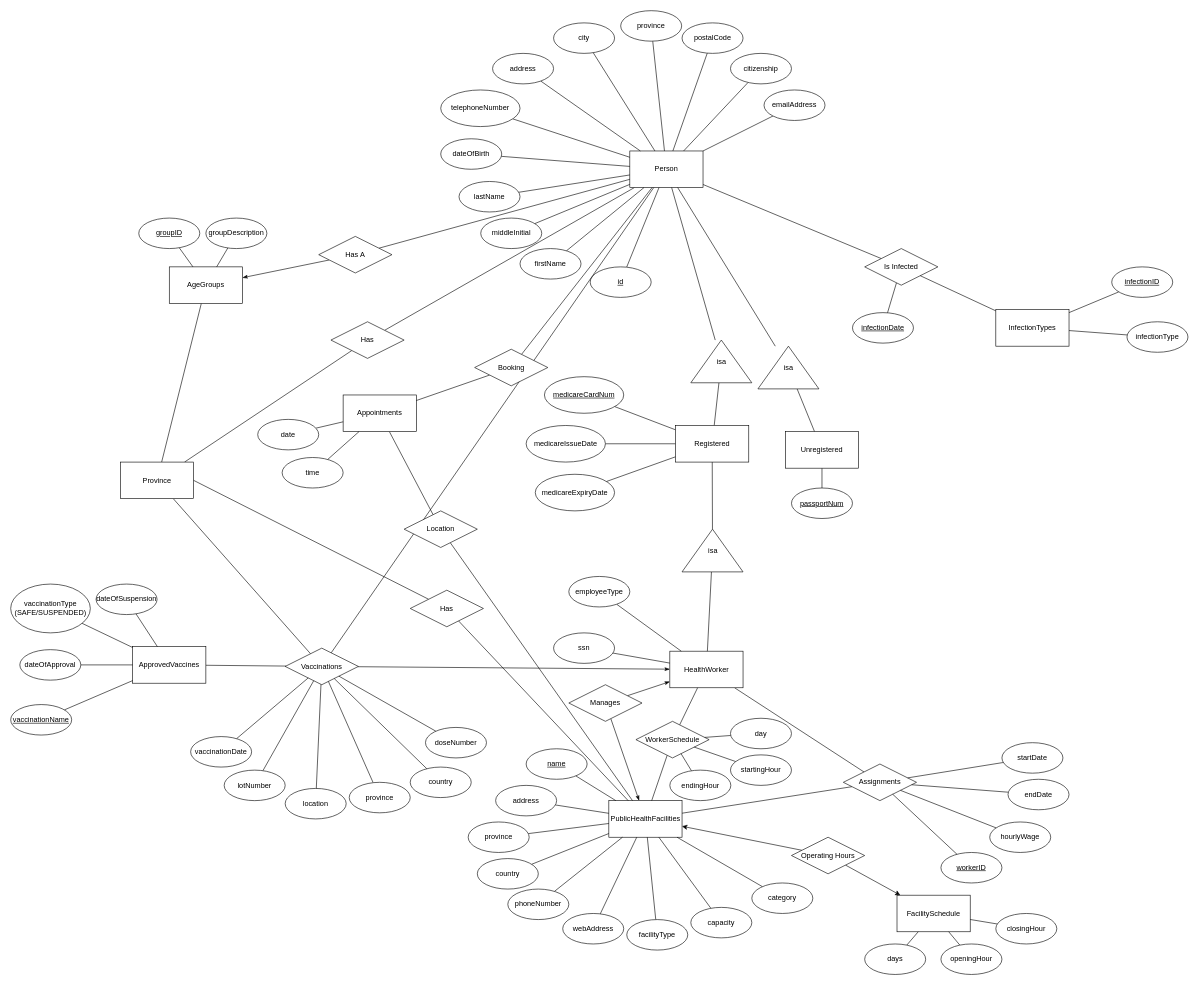
The draw.io diagram Diagram/er-model.drawio in sobhan-m/comp353-main-project, before the edit. Source tidied: cells renumbered, new cells numbered last; positions are measured from the earlier drawing's top-left corner, leaving out a move shared by most shapes. Both pictures are drawn from the tidied source at 61%, with x=0, y=0 at pixel (10, 10).
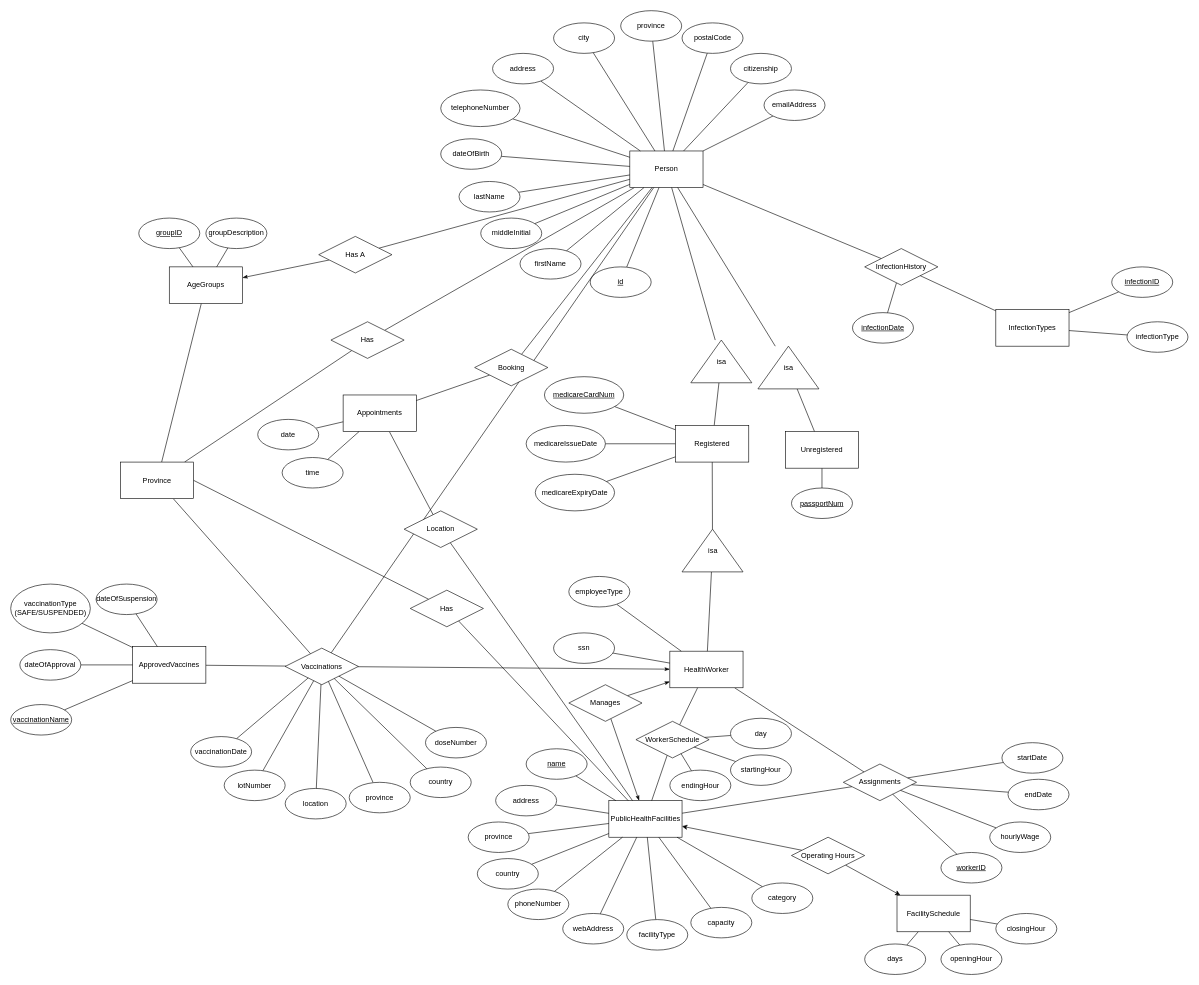
The same page after the edit.

Commit message (it also covers changes not shown here):
consistency naming

Diff of the diagram source:
```diff
@@
-    <mxCell id="102" value="Is Infected" style="shape=rhombus;perimeter=rhombusPerimeter;whiteSpace=wrap;html=1;align=center;" parent="1" vertex="1">
+    <mxCell id="102" value="InfectionHistory" style="shape=rhombus;perimeter=rhombusPerimeter;whiteSpace=wrap;html=1;align=center;" parent="1" vertex="1">
       <mxGeometry x="1400" y="390" width="120" height="60" as="geometry" />
     </mxCell>
```
